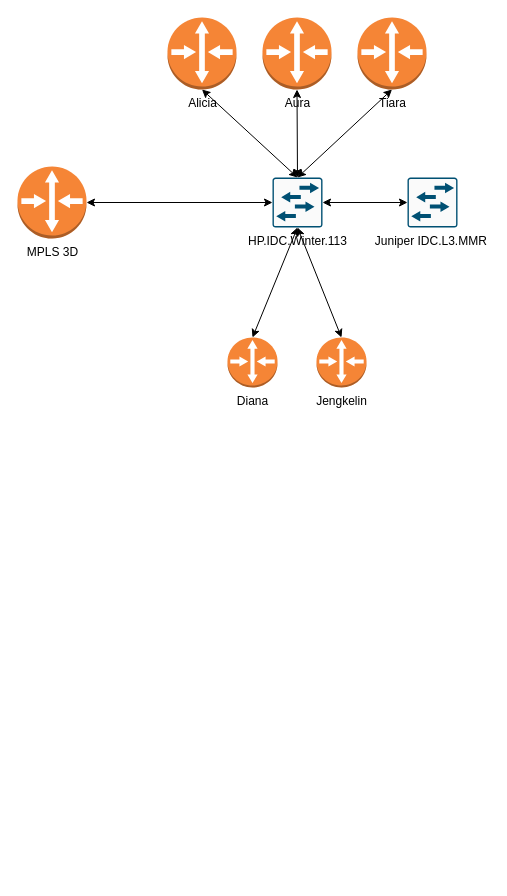
Before: POP.3D.IDC.drawio in akbar12109/akbar12109.github.io, a draw.io diagram. Source tidied: cells renumbered, new cells numbered last; positions are measured from the earlier drawing's top-left corner, leaving out a move shared by most shapes. Both pictures are drawn from the tidied source at 100%, with x=0, y=0 at pixel (17, 17).
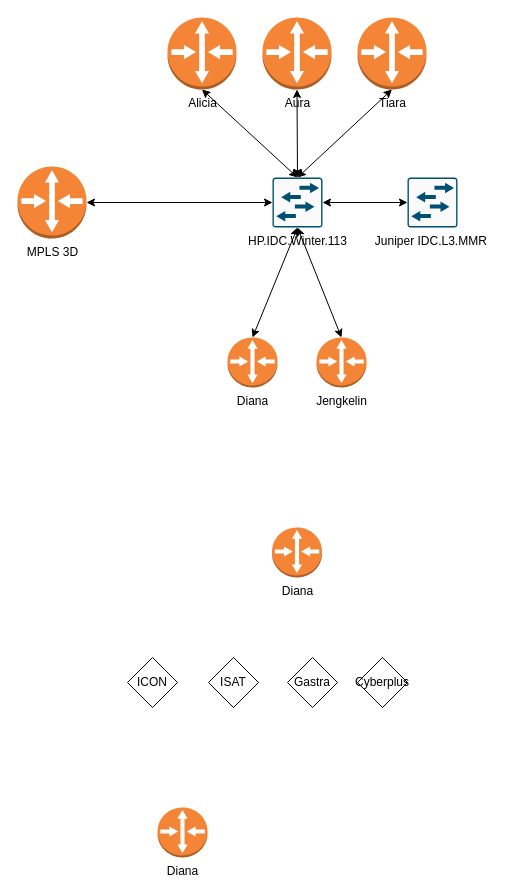
After the change.

What changed in the source:
```diff
@@
+    <mxCell id="17" value="Diana" style="dashed=0;verticalLabelPosition=bottom;verticalAlign=top;align=center;html=1;shape=mxgraph.aws3.router;fillColor=#F58536;gradientColor=none;" parent="1" vertex="1">
+      <mxGeometry x="254.5" y="510" width="50" height="50" as="geometry" />
+    </mxCell>
+    <mxCell id="18" value="Diana" style="dashed=0;verticalLabelPosition=bottom;verticalAlign=top;align=center;html=1;shape=mxgraph.aws3.router;fillColor=#F58536;gradientColor=none;" parent="1" vertex="1">
+      <mxGeometry x="140" y="790" width="50" height="50" as="geometry" />
+    </mxCell>
+    <mxCell id="19" value="ICON" style="rhombus;whiteSpace=wrap;html=1;" parent="1" vertex="1">
+      <mxGeometry x="110" y="640" width="50" height="50" as="geometry" />
+    </mxCell>
+    <mxCell id="20" value="ISAT" style="rhombus;whiteSpace=wrap;html=1;" parent="1" vertex="1">
+      <mxGeometry x="191" y="640" width="50" height="50" as="geometry" />
+    </mxCell>
+    <mxCell id="21" value="Gastra" style="rhombus;whiteSpace=wrap;html=1;" parent="1" vertex="1">
+      <mxGeometry x="270" y="640" width="50" height="50" as="geometry" />
+    </mxCell>
+    <mxCell id="22" value="Cyberplus" style="rhombus;whiteSpace=wrap;html=1;" parent="1" vertex="1">
+      <mxGeometry x="340" y="640" width="50" height="50" as="geometry" />
+    </mxCell>
```
